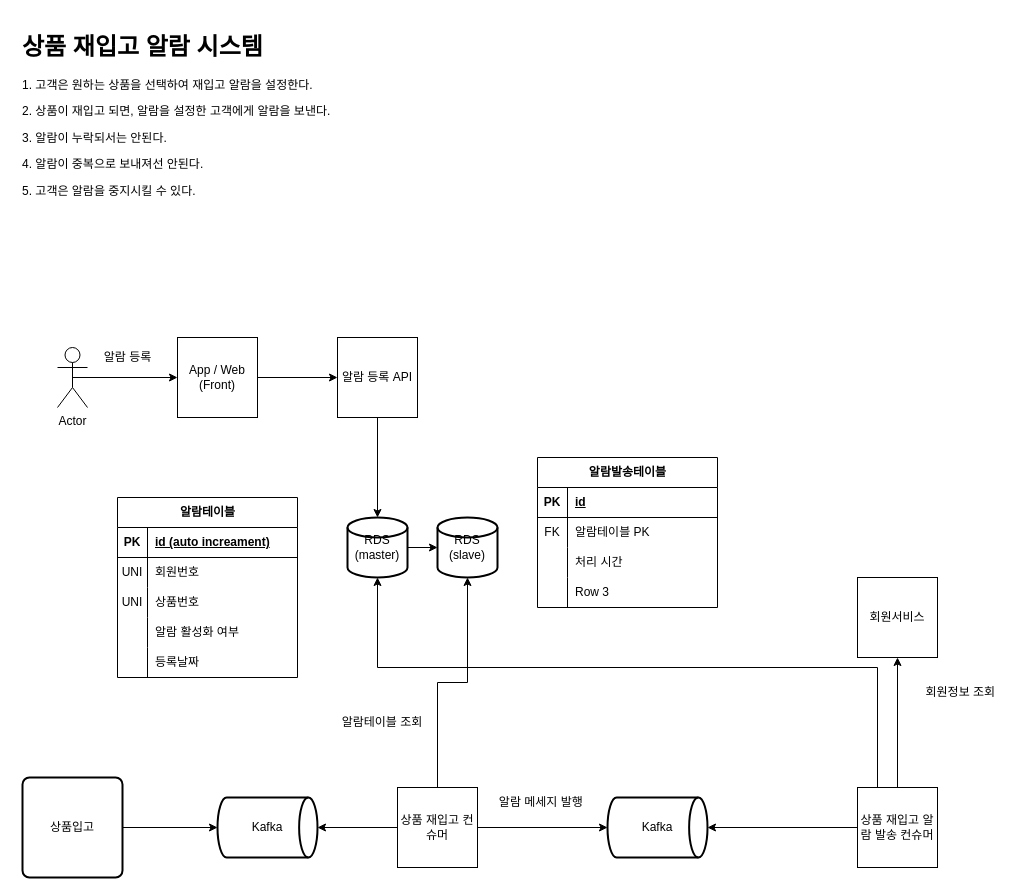
The draw.io diagram drawio/상품_재입고_알람_시스템.drawio in junho3/practice-system-design, before the edit. Source tidied: cells renumbered, new cells numbered last; positions are measured from the earlier drawing's top-left corner, leaving out a move shared by most shapes. Both pictures are drawn from the tidied source at 100%, with x=0, y=0 at pixel (17, 27).
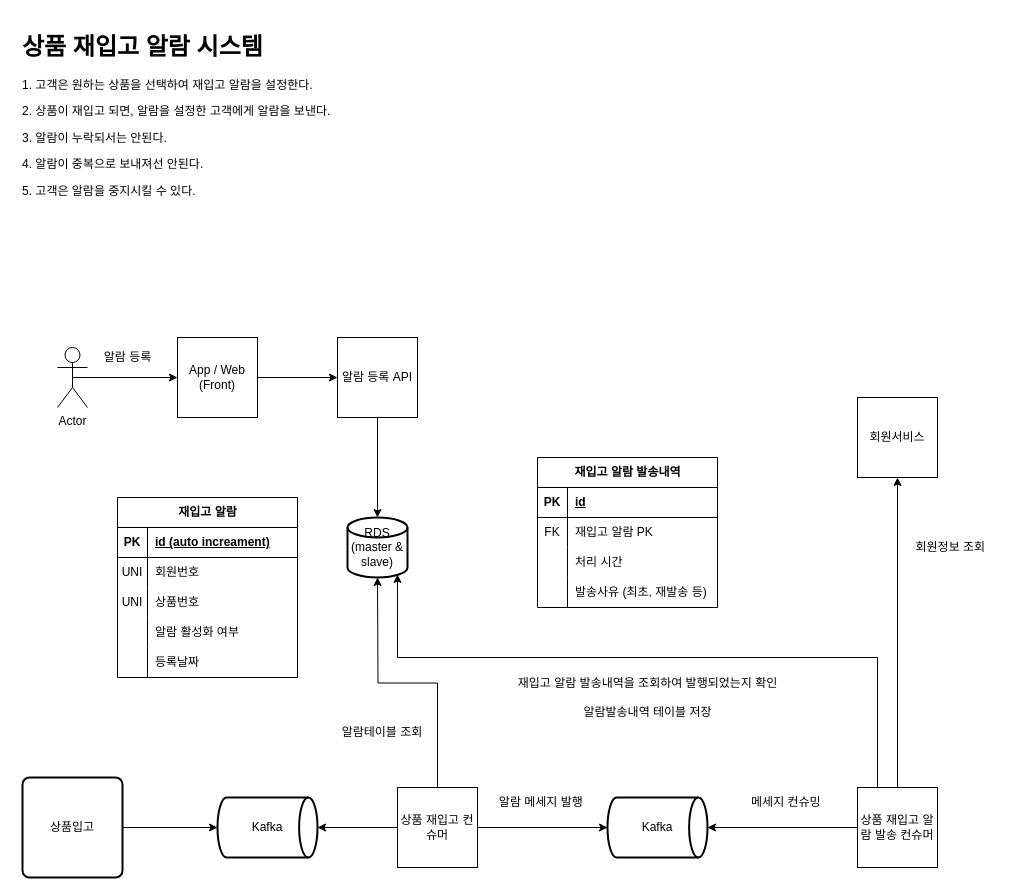
The same diagram, later.

Commit message (it also covers changes not shown here):
상품_재입고_알람_시스템.drawio 업데이트

The change refers to these unchanged cells:
```xml
<mxCell id="34" value="상품 재입고 컨슈머" style="whiteSpace=wrap;html=1;" parent="1" vertex="1">
  <mxGeometry x="380" y="760" width="80" height="80" as="geometry" />
</mxCell>
<mxCell id="42" value="상품 재입고 알람 발송 컨슈머" style="whiteSpace=wrap;html=1;" parent="1" vertex="1">
  <mxGeometry x="840" y="760" width="80" height="80" as="geometry" />
</mxCell>
<mxCell id="49" style="shape=tableRow;horizontal=0;startSize=0;swimlaneHead=0;swimlaneBody=0;fillColor=none;top=0;left=0;right=0;bottom=0;" parent="45" vertex="1">
  <mxGeometry y="60" width="180" height="30" as="geometry" />
</mxCell>
<mxCell id="55" style="shape=tableRow;horizontal=0;startSize=0;swimlaneHead=0;swimlaneBody=0;fillColor=none;top=0;left=0;right=0;bottom=0;" parent="45" vertex="1">
  <mxGeometry y="120" width="180" height="30" as="geometry" />
</mxCell>
```

The edit, as a diff of the source:
```diff
@@
-    <mxCell id="10" value="알람테이블" style="shape=table;startSize=30;childLayout=tableLayout;rowLines=0;fontStyle=1;align=center;html=1;" parent="1" vertex="1">
+    <mxCell id="10" value="재입고 알람" style="shape=table;startSize=30;childLayout=tableLayout;rowLines=0;fontStyle=1;align=center;html=1;" parent="1" vertex="1">
       <mxGeometry x="100" y="470" width="180" height="180" as="geometry" />
     </mxCell>
@@
-    <mxCell id="26" style="edgeStyle=orthogonalEdgeStyle;rounded=0;jettySize=auto;html=1;exitX=1;exitY=0.5;exitDx=0;exitDy=0;exitPerimeter=0;entryX=0;entryY=0.5;entryDx=0;entryDy=0;entryPerimeter=0;" parent="1" edge="1" source="27" target="36">
-      <mxGeometry relative="1" as="geometry" />
-    </mxCell>
-    <mxCell id="27" value="RDS&lt;br&gt;(master)" style="strokeWidth=2;html=1;shape=mxgraph.flowchart.database;whiteSpace=wrap;" parent="1" vertex="1">
+    <mxCell id="27" value="RDS&lt;br&gt;(master &amp;amp; slave)" style="strokeWidth=2;html=1;shape=mxgraph.flowchart.database;whiteSpace=wrap;" parent="1" vertex="1">
       <mxGeometry x="330" y="490" width="60" height="60" as="geometry" />
     </mxCell>
@@
-    <mxCell id="32" style="edgeStyle=orthogonalEdgeStyle;rounded=0;jettySize=auto;html=1;exitX=0.5;exitY=0;exitDx=0;exitDy=0;entryX=0.5;entryY=1;entryDx=0;entryDy=0;entryPerimeter=0;" parent="1" edge="1" source="34" target="36">
-      <mxGeometry relative="1" as="geometry" />
-    </mxCell>
@@
+    <mxCell id="58" style="edgeStyle=orthogonalEdgeStyle;rounded=0;jettySize=auto;html=1;exitX=0.5;exitY=0;exitDx=0;exitDy=0;" parent="1" edge="1" source="34">
+      <mxGeometry relative="1" as="geometry">
+        <mxPoint x="360" y="550" as="targetPoint" />
+      </mxGeometry>
+    </mxCell>
@@
     <mxCell id="35" value="알람테이블 조회" style="text;html=1;strokeColor=none;fillColor=none;align=center;verticalAlign=middle;whiteSpace=wrap;rounded=0;" parent="1" vertex="1">
-      <mxGeometry x="320" y="680" width="90" height="30" as="geometry" />
+      <mxGeometry x="320" y="690" width="90" height="30" as="geometry" />
     </mxCell>
-    <mxCell id="36" value="RDS&lt;br&gt;(slave)" style="strokeWidth=2;html=1;shape=mxgraph.flowchart.database;whiteSpace=wrap;" parent="1" vertex="1">
-      <mxGeometry x="420" y="490" width="60" height="60" as="geometry" />
-    </mxCell>
@@
-    <mxCell id="41" style="edgeStyle=orthogonalEdgeStyle;rounded=0;jettySize=auto;html=1;exitX=0.25;exitY=0;exitDx=0;exitDy=0;entryX=0.5;entryY=1;entryDx=0;entryDy=0;entryPerimeter=0;" parent="1" edge="1" source="42" target="27">
+    <mxCell id="41" style="edgeStyle=orthogonalEdgeStyle;rounded=0;jettySize=auto;html=1;exitX=0.25;exitY=0;exitDx=0;exitDy=0;entryX=0.833;entryY=0.95;entryDx=0;entryDy=0;entryPerimeter=0;" parent="1" edge="1" source="42" target="27">
       <mxGeometry relative="1" as="geometry">
         <Array as="points">
-          <mxPoint x="860" y="640" />
-          <mxPoint x="360" y="640" />
+          <mxPoint x="860" y="630" />
+          <mxPoint x="380" y="630" />
         </Array>
       </mxGeometry>
     </mxCell>
@@
     <mxCell id="43" value="회원서비스" style="whiteSpace=wrap;html=1;" parent="1" vertex="1">
-      <mxGeometry x="840" y="550" width="80" height="80" as="geometry" />
+      <mxGeometry x="840" y="370" width="80" height="80" as="geometry" />
     </mxCell>
     <mxCell id="44" value="회원정보 조회&amp;nbsp;" style="text;html=1;strokeColor=none;fillColor=none;align=center;verticalAlign=middle;whiteSpace=wrap;rounded=0;" parent="1" vertex="1">
-      <mxGeometry x="900" y="650" width="90" height="30" as="geometry" />
+      <mxGeometry x="890" y="505" width="90" height="30" as="geometry" />
     </mxCell>
-    <mxCell id="45" value="알람발송테이블" style="shape=table;startSize=30;childLayout=tableLayout;rowLines=0;fontStyle=1;align=center;html=1;" parent="1" vertex="1">
+    <mxCell id="45" value="재입고 알람 발송내역" style="shape=table;startSize=30;childLayout=tableLayout;rowLines=0;fontStyle=1;align=center;html=1;" parent="1" vertex="1">
       <mxGeometry x="520" y="430" width="180" height="150" as="geometry" />
     </mxCell>
@@
-    <mxCell id="51" value="알람테이블 PK" style="shape=partialRectangle;fillColor=none;top=0;left=0;bottom=0;right=0;align=left;spacingLeft=6;overflow=hidden;whiteSpace=wrap;html=1;" parent="49" vertex="1">
+    <mxCell id="51" value="재입고 알람 PK" style="shape=partialRectangle;fillColor=none;top=0;left=0;bottom=0;right=0;align=left;spacingLeft=6;overflow=hidden;whiteSpace=wrap;html=1;" parent="49" vertex="1">
       <mxGeometry x="30" width="150" height="30" as="geometry" />
     </mxCell>
@@
-    <mxCell id="57" value="Row 3" style="shape=partialRectangle;fillColor=none;top=0;left=0;bottom=0;right=0;align=left;spacingLeft=6;overflow=hidden;whiteSpace=wrap;html=1;" parent="55" vertex="1">
+    <mxCell id="57" value="발송사유 (최초, 재발송 등)" style="shape=partialRectangle;fillColor=none;top=0;left=0;bottom=0;right=0;align=left;spacingLeft=6;overflow=hidden;whiteSpace=wrap;html=1;" parent="55" vertex="1">
       <mxGeometry x="30" width="150" height="30" as="geometry" />
     </mxCell>
+    <mxCell id="59" value="재입고 알람 발송내역을 조회하여 발행되었는지 확인&lt;br&gt;&lt;br&gt;알람발송내역 테이블 저장" style="text;html=1;align=center;verticalAlign=middle;strokeColor=none;fillColor=none;" parent="1" vertex="1">
+      <mxGeometry x="490" y="640" width="280" height="60" as="geometry" />
+    </mxCell>
+    <mxCell id="60" value="메세지 컨슈밍&amp;nbsp;" style="text;html=1;align=center;verticalAlign=middle;strokeColor=none;fillColor=none;" parent="1" vertex="1">
+      <mxGeometry x="720" y="760" width="100" height="30" as="geometry" />
+    </mxCell>
```
